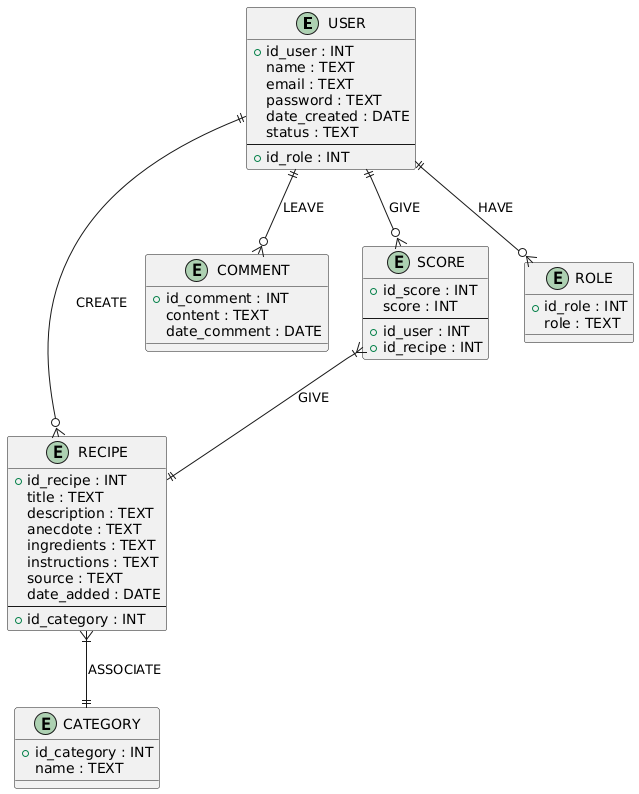
This is conception/diagrammes/ERD.png from josephDelnord/cinesaveurs, a PlantUML export, as it was before one commit.
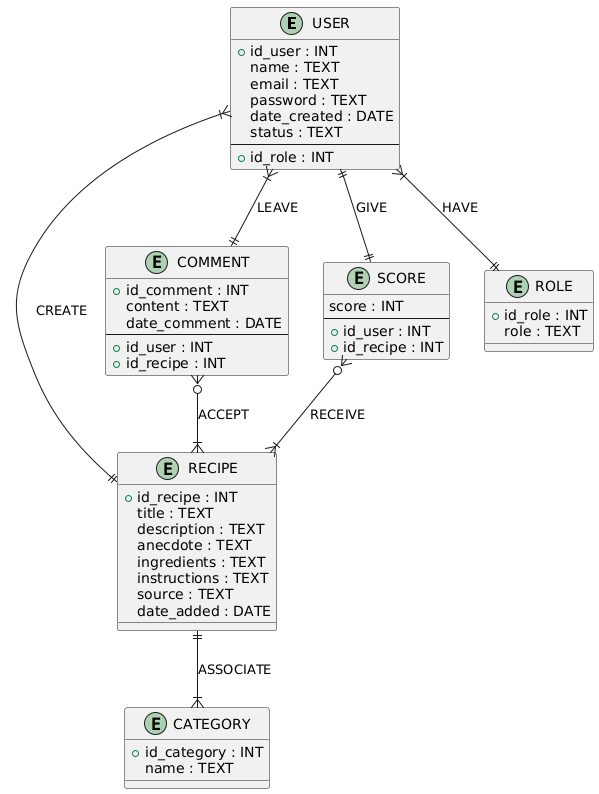
After the change.

The edit, as a diff of the source:
```diff
@@ -19,8 +19,6 @@
   instructions : TEXT
   source : TEXT
   date_added : DATE
-  --
-  +id_category : INT
 }
 
 entity "CATEGORY" {
@@ -32,10 +30,12 @@
   +id_comment : INT
   content : TEXT
   date_comment : DATE
+  --
+  +id_user : INT
+  +id_recipe : INT
 }
 
 entity "SCORE" {
-  +id_score : INT
   score : INT
   --
   +id_user : INT
@@ -47,10 +47,11 @@
   role : TEXT
 }
 
-USER ||--o{ RECIPE : "CREATE"
-USER ||--o{ COMMENT : "LEAVE"
-USER ||--o{ SCORE : "GIVE"
-USER ||--o{ ROLE : "HAVE"
-RECIPE }|--|| CATEGORY : "ASSOCIATE"
-SCORE }|--|| RECIPE : "GIVE"
+USER }|--|| ROLE : "HAVE"
+USER }|--|| RECIPE : "CREATE"
+USER }|--|| COMMENT : "LEAVE"
+USER ||--|| SCORE : "GIVE"
+RECIPE ||--|{ CATEGORY : "ASSOCIATE"
+SCORE }o--|{ RECIPE : "RECEIVE"
+COMMENT }o--|{ RECIPE : "ACCEPT"
 @enduml
```
